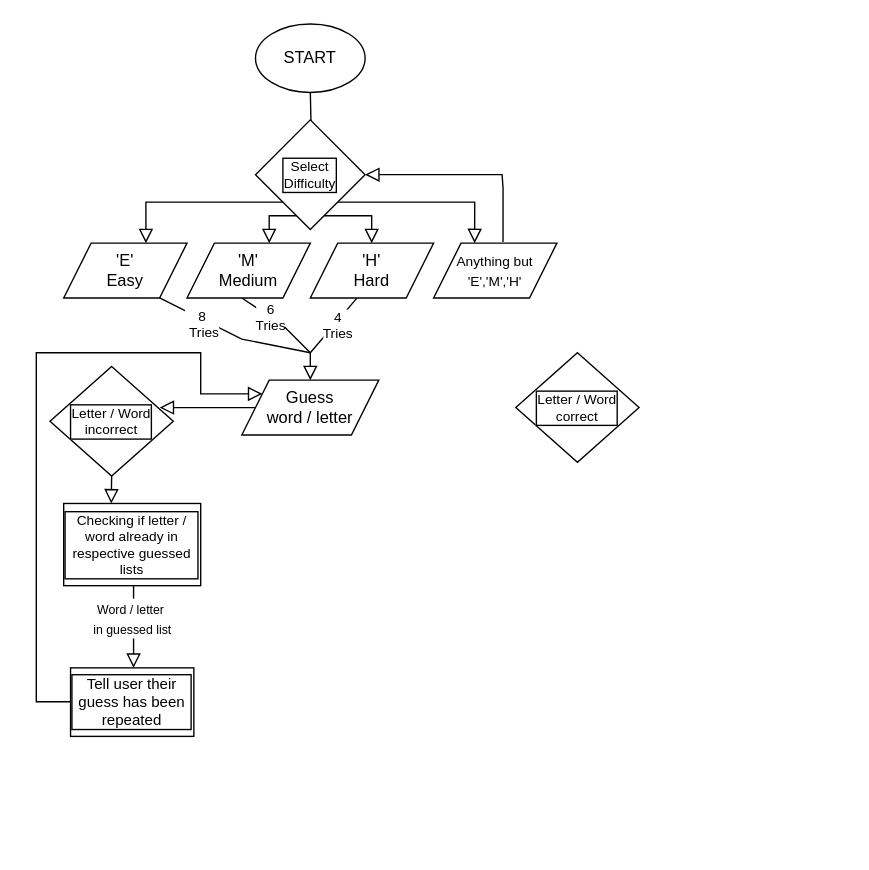
Earlier version of the draw.io diagram assets/images/project-three-flowchart.drawio (Bethieieio/project-three-command-hangman). Source tidied: cells renumbered, new cells numbered last; positions are measured from the earlier drawing's top-left corner, leaving out a move shared by most shapes. Both pictures are drawn from the tidied source at 137%, with x=0, y=0 at pixel (36, 23).
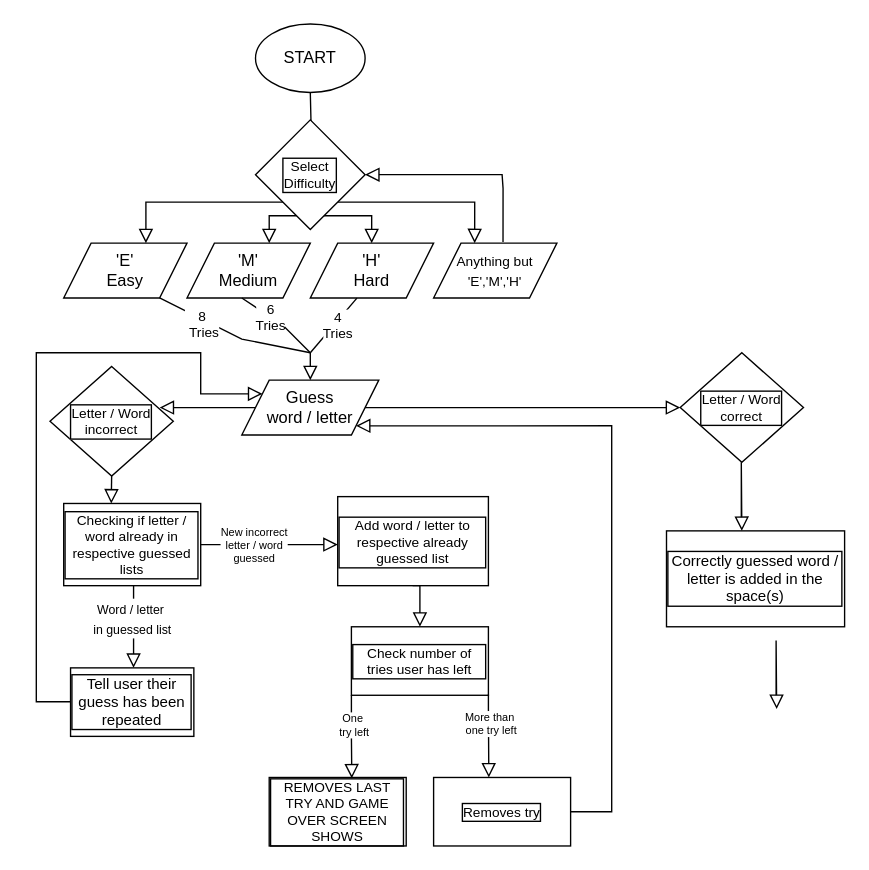
After the change.

The change refers to these unchanged cells:
```xml
<mxCell id="20" value="Guess&lt;br&gt;word / letter" style="shape=parallelogram;perimeter=parallelogramPerimeter;whiteSpace=wrap;html=1;fixedSize=1;" parent="1" vertex="1">
  <mxGeometry x="150" y="260" width="100" height="40" as="geometry" />
</mxCell>
```

Diff of the diagram source:
```diff
@@
     <mxCell id="2" value="Letter / Word&lt;br&gt;correct" style="rhombus;whiteSpace=wrap;html=1;rounded=0;labelBackgroundColor=#FFFFFF;labelBorderColor=default;fontSize=10;" parent="1" vertex="1">
-      <mxGeometry x="350" y="240" width="90" height="80" as="geometry" />
+      <mxGeometry x="470" y="240" width="90" height="80" as="geometry" />
     </mxCell>
@@
+    <mxCell id="30" style="rounded=0;html=1;jettySize=auto;orthogonalLoop=1;fontSize=11;endArrow=block;endFill=0;endSize=8;strokeWidth=1;shadow=0;labelBackgroundColor=none;edgeStyle=orthogonalEdgeStyle;exitX=1;exitY=1;exitDx=0;exitDy=0;" parent="1" edge="1">
+      <mxGeometry relative="1" as="geometry">
+        <mxPoint x="120" y="380" as="sourcePoint" />
+        <mxPoint x="220" y="380" as="targetPoint" />
+      </mxGeometry>
+    </mxCell>
+    <mxCell id="31" value="&lt;font style=&quot;font-size: 8px;&quot;&gt;New incorrect&lt;br style=&quot;font-size: 8px;&quot;&gt;letter / word&lt;br style=&quot;font-size: 8px;&quot;&gt;guessed&lt;br style=&quot;font-size: 8px;&quot;&gt;&lt;/font&gt;" style="edgeLabel;html=1;align=center;verticalAlign=middle;fontSize=8;fontColor=#000000;" parent="30" vertex="1">
+      <mxGeometry x="-0.25" relative="1" as="geometry" />
+    </mxCell>
+    <mxCell id="32" value="Add word / letter to respective already guessed list" style="rounded=0;whiteSpace=wrap;html=1;labelBackgroundColor=none;labelBorderColor=default;fillStyle=solid;strokeColor=#000000;fontSize=10;fontColor=#000000;fillColor=none;" parent="1" vertex="1">
+      <mxGeometry x="220" y="345" width="110" height="65" as="geometry" />
+    </mxCell>
+    <mxCell id="33" style="rounded=0;html=1;jettySize=auto;orthogonalLoop=1;fontSize=11;endArrow=block;endFill=0;endSize=8;strokeWidth=1;shadow=0;labelBackgroundColor=none;edgeStyle=orthogonalEdgeStyle;" parent="1" edge="1">
+      <mxGeometry relative="1" as="geometry">
+        <mxPoint x="274.7" y="410" as="sourcePoint" />
+        <mxPoint x="280" y="440" as="targetPoint" />
+      </mxGeometry>
+    </mxCell>
+    <mxCell id="34" value="&lt;font size=&quot;1&quot;&gt;&lt;br&gt;&lt;/font&gt;" style="edgeLabel;html=1;align=center;verticalAlign=middle;fontSize=12;fontColor=#000000;" parent="33" vertex="1">
+      <mxGeometry x="-0.24" y="-2" relative="1" as="geometry" />
+    </mxCell>
+    <mxCell id="35" value="Check number of tries user has left" style="rounded=0;whiteSpace=wrap;html=1;labelBackgroundColor=none;labelBorderColor=default;fillStyle=solid;strokeColor=default;fontSize=10;fontColor=#000000;fillColor=none;" parent="1" vertex="1">
+      <mxGeometry x="230" y="440" width="100" height="50" as="geometry" />
+    </mxCell>
+    <mxCell id="36" value="REMOVES LAST TRY AND GAME OVER SCREEN SHOWS" style="rounded=0;whiteSpace=wrap;html=1;labelBackgroundColor=none;labelBorderColor=default;fillStyle=solid;strokeColor=#000000;fontSize=10;fontColor=#000000;fillColor=none;" parent="1" vertex="1">
+      <mxGeometry x="170" y="550" width="100" height="50" as="geometry" />
+    </mxCell>
+    <mxCell id="37" style="rounded=0;html=1;jettySize=auto;fontSize=11;endArrow=block;endFill=0;endSize=8;strokeWidth=1;shadow=0;labelBackgroundColor=none;edgeStyle=orthogonalEdgeStyle;exitX=0;exitY=1;exitDx=0;exitDy=0;entryX=0.603;entryY=0.013;entryDx=0;entryDy=0;entryPerimeter=0;" parent="1" edge="1" source="35" target="36">
+      <mxGeometry relative="1" as="geometry" />
+    </mxCell>
+    <mxCell id="38" value="One&amp;nbsp;&lt;br&gt;try left" style="edgeLabel;html=1;align=center;verticalAlign=middle;fontSize=8;fontColor=#000000;" parent="37" vertex="1">
+      <mxGeometry x="-0.32" y="1" relative="1" as="geometry" />
+    </mxCell>
+    <mxCell id="39" style="rounded=0;html=1;jettySize=auto;orthogonalLoop=1;fontSize=11;endArrow=block;endFill=0;endSize=8;strokeWidth=1;shadow=0;labelBackgroundColor=none;edgeStyle=orthogonalEdgeStyle;exitX=0;exitY=1;exitDx=0;exitDy=0;entryX=0.603;entryY=0.013;entryDx=0;entryDy=0;entryPerimeter=0;" parent="1" edge="1">
+      <mxGeometry relative="1" as="geometry">
+        <mxPoint x="330" y="489.4" as="sourcePoint" />
+        <mxPoint x="330.3" y="550" as="targetPoint" />
+        <Array as="points">
+          <mxPoint x="330" y="500" />
+          <mxPoint x="330" y="500" />
+        </Array>
+      </mxGeometry>
+    </mxCell>
+    <mxCell id="40" value="More than&amp;nbsp;&lt;br&gt;one try left" style="edgeLabel;html=1;align=center;verticalAlign=middle;fontSize=8;fontColor=#000000;" parent="39" vertex="1">
+      <mxGeometry x="-0.32" y="1" relative="1" as="geometry" />
+    </mxCell>
+    <mxCell id="41" value="Removes try" style="rounded=0;whiteSpace=wrap;html=1;labelBackgroundColor=none;labelBorderColor=default;fillStyle=solid;strokeColor=#000000;fontSize=10;fontColor=#000000;fillColor=none;" parent="1" vertex="1">
+      <mxGeometry x="290" y="550" width="100" height="50" as="geometry" />
+    </mxCell>
+    <mxCell id="42" style="rounded=0;html=1;jettySize=auto;fontSize=11;endArrow=block;endFill=0;endSize=8;strokeWidth=1;shadow=0;labelBackgroundColor=none;edgeStyle=orthogonalEdgeStyle;exitX=1;exitY=0.5;exitDx=0;exitDy=0;" parent="1" edge="1" source="20" target="2">
+      <mxGeometry relative="1" as="geometry" />
+    </mxCell>
+    <mxCell id="43" style="rounded=0;html=1;jettySize=auto;orthogonalLoop=1;fontSize=11;endArrow=block;endFill=0;endSize=8;strokeWidth=1;shadow=0;labelBackgroundColor=none;edgeStyle=orthogonalEdgeStyle;exitX=0;exitY=1;exitDx=0;exitDy=0;" parent="1" edge="1">
+      <mxGeometry relative="1" as="geometry">
+        <mxPoint x="514.6" y="360" as="sourcePoint" />
+        <mxPoint x="515" y="370" as="targetPoint" />
+        <Array as="points">
+          <mxPoint x="514.6" y="320" />
+          <mxPoint x="514.6" y="320" />
+        </Array>
+      </mxGeometry>
+    </mxCell>
+    <mxCell id="44" style="rounded=0;html=1;jettySize=auto;fontSize=11;endArrow=block;endFill=0;endSize=8;strokeWidth=1;shadow=0;labelBackgroundColor=none;edgeStyle=orthogonalEdgeStyle;entryX=1;entryY=1;entryDx=0;entryDy=0;exitX=1;exitY=0.5;exitDx=0;exitDy=0;" parent="1" edge="1" source="41" target="20">
+      <mxGeometry relative="1" as="geometry">
+        <Array as="points">
+          <mxPoint x="420" y="575" />
+          <mxPoint x="420" y="293" />
+        </Array>
+      </mxGeometry>
+    </mxCell>
+    <mxCell id="45" value="&lt;font style=&quot;font-size: 11px;&quot;&gt;Correctly guessed word / letter is added in the space(s)&lt;/font&gt;" style="rounded=0;whiteSpace=wrap;html=1;labelBackgroundColor=none;labelBorderColor=default;fillStyle=solid;strokeColor=#000000;fontSize=10;fontColor=#000000;fillColor=none;" parent="1" vertex="1">
+      <mxGeometry x="460" y="370" width="130" height="70" as="geometry" />
+    </mxCell>
+    <mxCell id="46" style="rounded=0;html=1;jettySize=auto;orthogonalLoop=1;fontSize=11;endArrow=block;endFill=0;endSize=8;strokeWidth=1;shadow=0;labelBackgroundColor=none;edgeStyle=orthogonalEdgeStyle;exitX=0;exitY=1;exitDx=0;exitDy=0;" parent="1" edge="1">
+      <mxGeometry relative="1" as="geometry">
+        <mxPoint x="540" y="490" as="sourcePoint" />
+        <mxPoint x="540.4" y="500" as="targetPoint" />
+        <Array as="points">
+          <mxPoint x="540" y="450" />
+          <mxPoint x="540" y="450" />
+        </Array>
+      </mxGeometry>
+    </mxCell>
```
